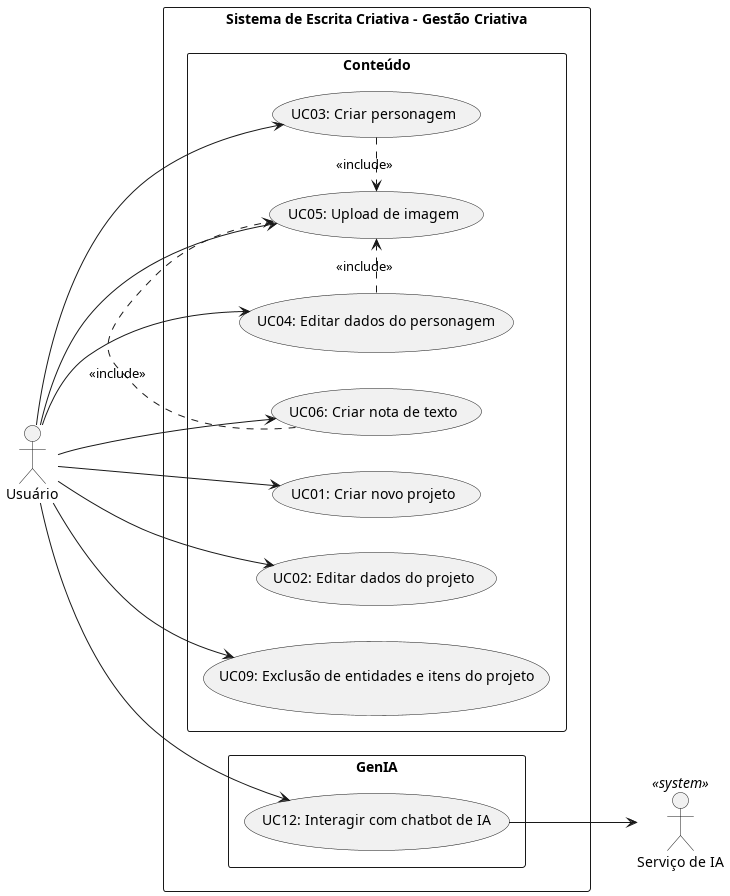
The PlantUML diagram docs/casosUso/imagens/diagramas_gerais/UC_Conteudo.png in aspiringluke/Projeto-Integrado-Mobile, before a commit.
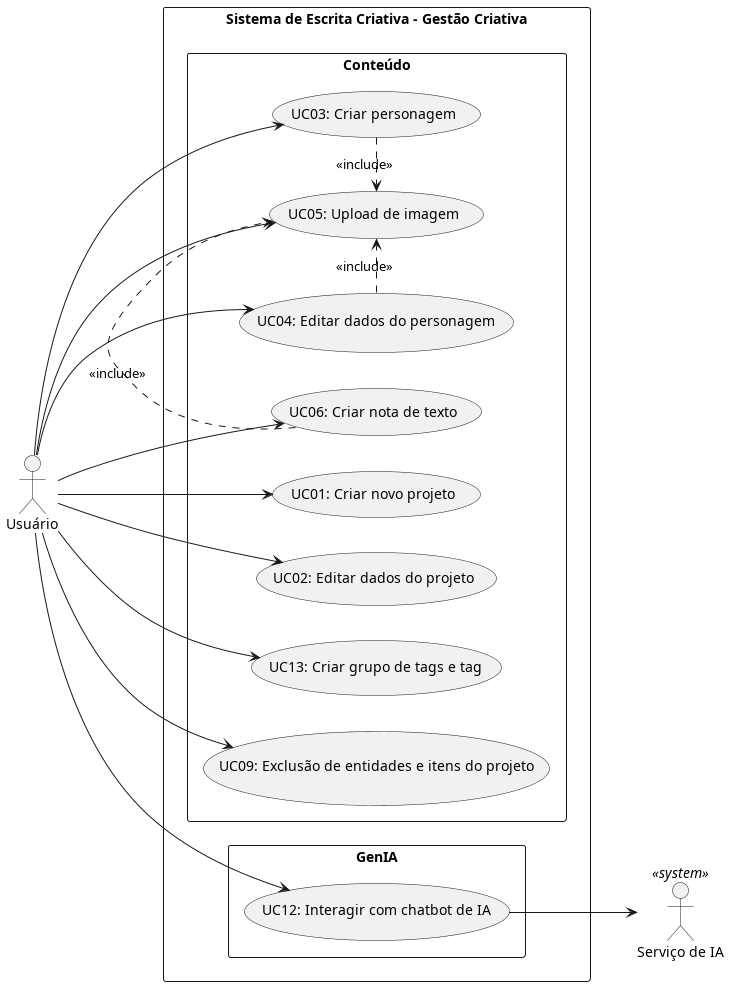
The same diagram one commit later.

The edit, as a diff of the source:
```diff
@@ -13,6 +13,7 @@
         usecase "UC04: Editar dados do personagem" as UC04
         usecase "UC05: Upload de imagem" as UC05
         usecase "UC06: Criar nota de texto" as UC06
+        usecase "UC13: Criar grupo de tags e tag" as UC13
         usecase "UC09: Exclusão de entidades e itens do projeto" as UC09
     }
 
@@ -29,6 +30,7 @@
 U --> UC04
 U --> UC05
 U --> UC06
+U --> UC13
 U --> UC09
 
 UC03 .> UC05: <<include>>
```
